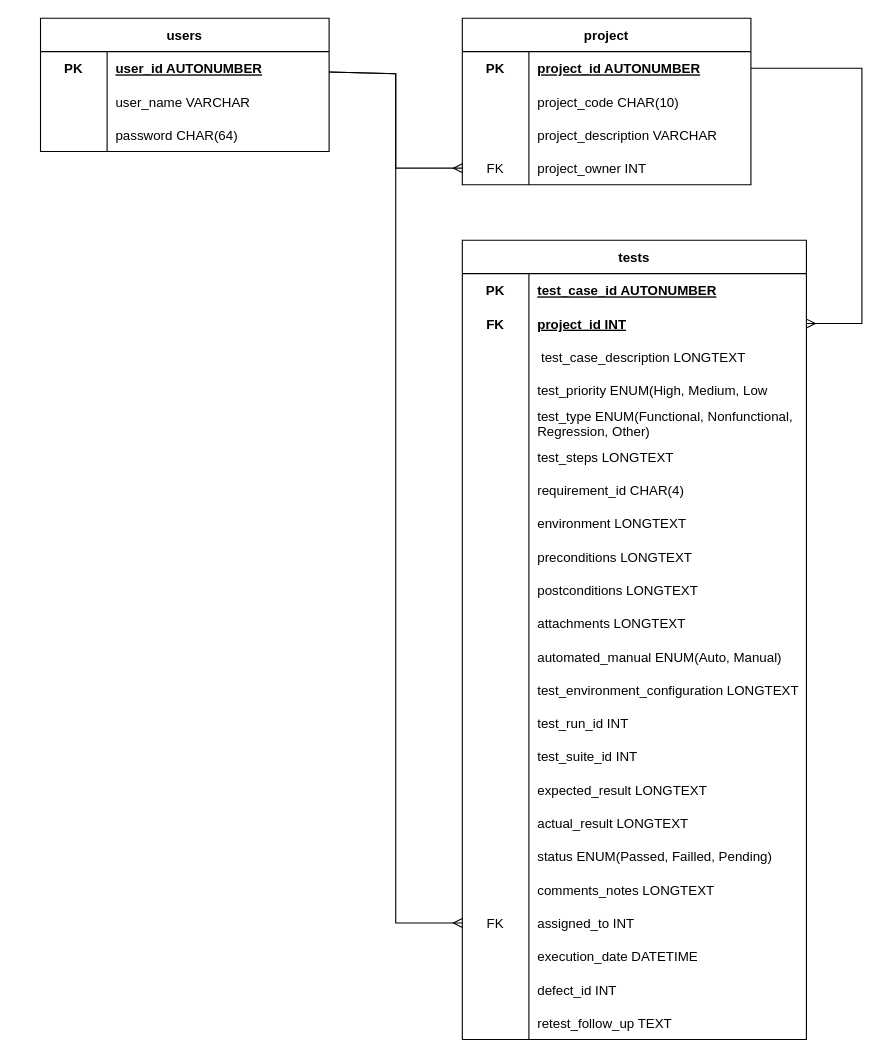
Before: documentation/designs/database/entity-relationship.drawio in katawart/unit-testing-system, a draw.io diagram. Source tidied: cells renumbered, new cells numbered last; positions are measured from the earlier drawing's top-left corner, leaving out a move shared by most shapes. Both pictures are drawn from the tidied source at 111%, with x=0, y=0 at pixel (40, 18).
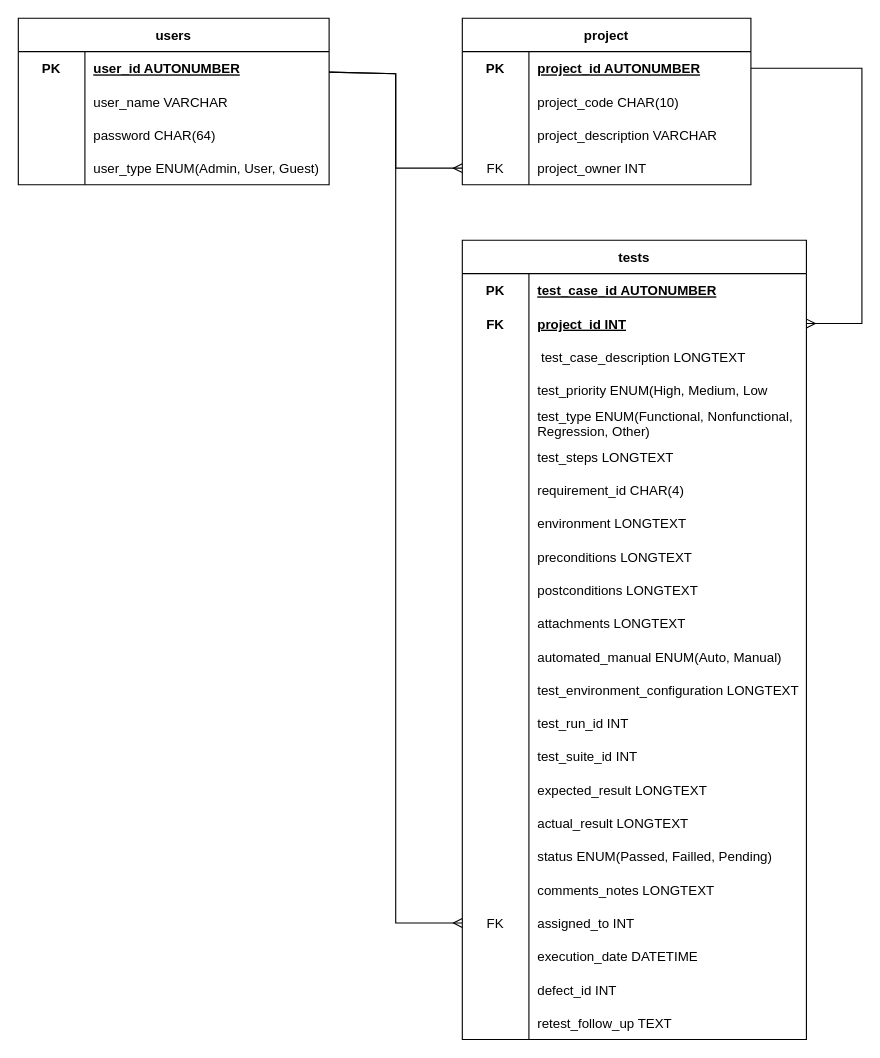
After the change.

Commit message:
modified:   documentation/designs/database/entity-relationship.drawio

Diff of the diagram source:
```diff
@@
     <mxCell id="15" value="users" style="shape=table;startSize=30;childLayout=tableLayout;rowLines=0;fontStyle=1;align=center;" parent="1" vertex="1">
-      <mxGeometry width="260" height="120" as="geometry" />
+      <mxGeometry x="-20" width="280" height="150" as="geometry" />
     </mxCell>
     <mxCell id="16" style="shape=tableRow;horizontal=0;startSize=0;swimlaneHead=0;swimlaneBody=0;fillColor=none;points=[[0,0.5],[1,0.5]];portConstraint=eastwest;top=0;left=0;right=0;bottom=0;" parent="15" vertex="1">
-      <mxGeometry y="30" width="260" height="30" as="geometry" />
+      <mxGeometry y="30" width="280" height="30" as="geometry" />
     </mxCell>
@@
     <mxCell id="18" value="user_id AUTONUMBER" style="shape=partialRectangle;fillColor=none;top=0;left=0;bottom=0;right=0;align=left;spacingLeft=6;fontStyle=5;overflow=hidden;" parent="16" vertex="1">
-      <mxGeometry x="60" width="200" height="30" as="geometry" />
+      <mxGeometry x="60" width="220" height="30" as="geometry" />
     </mxCell>
     <mxCell id="19" style="shape=tableRow;horizontal=0;startSize=0;swimlaneHead=0;swimlaneBody=0;fillColor=none;top=0;left=0;right=0;bottom=0;" parent="15" vertex="1">
-      <mxGeometry y="60" width="260" height="30" as="geometry" />
+      <mxGeometry y="60" width="280" height="30" as="geometry" />
     </mxCell>
@@
     <mxCell id="21" value="user_name VARCHAR" style="shape=partialRectangle;fillColor=none;top=0;left=0;bottom=0;right=0;align=left;spacingLeft=6;overflow=hidden;" parent="19" vertex="1">
-      <mxGeometry x="60" width="200" height="30" as="geometry" />
+      <mxGeometry x="60" width="220" height="30" as="geometry" />
     </mxCell>
     <mxCell id="22" style="shape=tableRow;horizontal=0;startSize=0;swimlaneHead=0;swimlaneBody=0;fillColor=none;top=0;left=0;right=0;bottom=0;" parent="15" vertex="1">
-      <mxGeometry y="90" width="260" height="30" as="geometry" />
+      <mxGeometry y="90" width="280" height="30" as="geometry" />
     </mxCell>
@@
     <mxCell id="24" value="password CHAR(64)" style="shape=partialRectangle;fillColor=none;top=0;left=0;bottom=0;right=0;align=left;spacingLeft=6;overflow=hidden;" parent="22" vertex="1">
-      <mxGeometry x="60" width="200" height="30" as="geometry" />
+      <mxGeometry x="60" width="220" height="30" as="geometry" />
     </mxCell>
+    <mxCell id="98" style="shape=tableRow;horizontal=0;startSize=0;swimlaneHead=0;swimlaneBody=0;fillColor=none;top=0;left=0;right=0;bottom=0;" parent="15" vertex="1">
+      <mxGeometry y="120" width="280" height="30" as="geometry" />
+    </mxCell>
+    <mxCell id="99" style="shape=partialRectangle;fillColor=none;top=0;left=0;bottom=0;right=0;overflow=hidden;" parent="98" vertex="1">
+      <mxGeometry width="60" height="30" as="geometry" />
+    </mxCell>
+    <mxCell id="100" value="user_type ENUM(Admin, User, Guest)" style="shape=partialRectangle;fillColor=none;top=0;left=0;bottom=0;right=0;align=left;spacingLeft=6;overflow=hidden;" parent="98" vertex="1">
+      <mxGeometry x="60" width="220" height="30" as="geometry" />
+    </mxCell>
```
